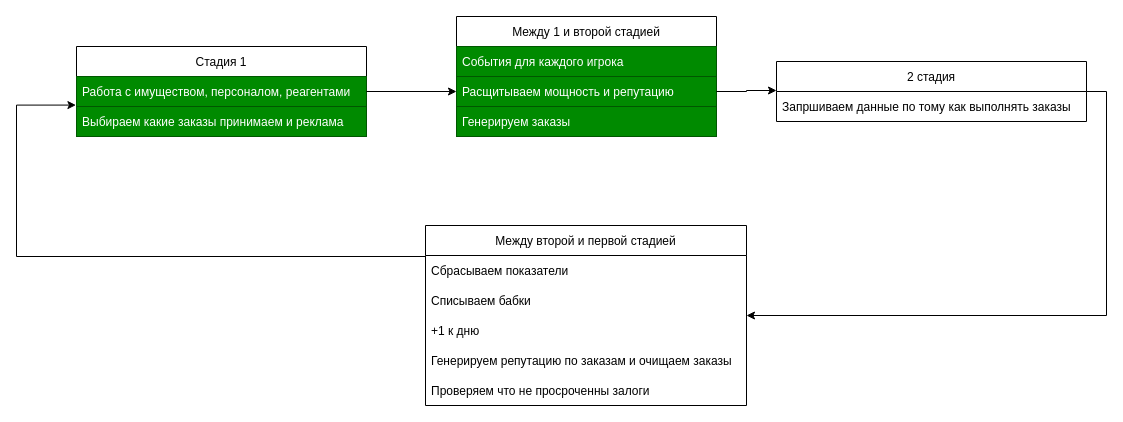
This is page "Page-7" (7 of 8) of dev/classes.drawio from korshunovamm/InnPrac, a draw.io file, before an edit. Source tidied: cells renumbered, new cells numbered last; positions are measured from the earlier drawing's top-left corner, leaving out a move shared by most shapes. Both pictures are drawn from the tidied source at 100%, with x=0, y=0 at pixel (16, 16).
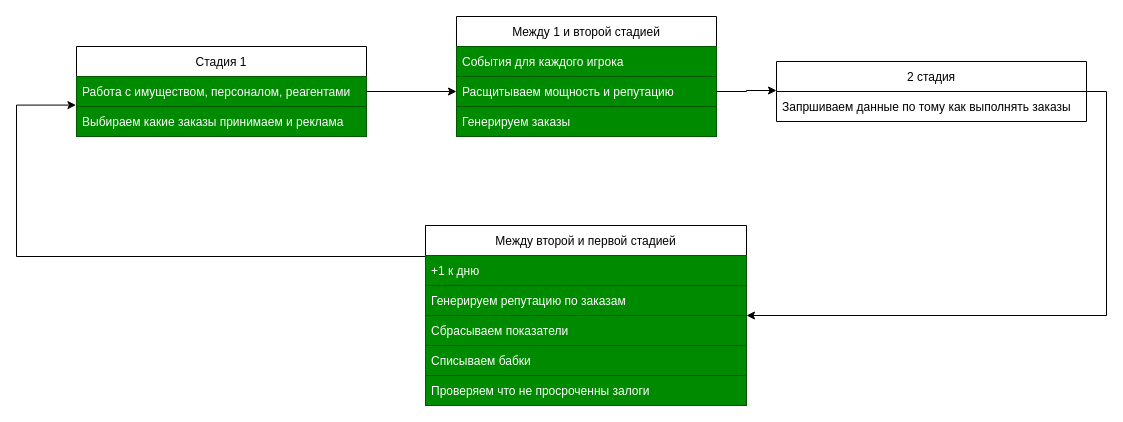
The same page after the edit.

The change refers to these unchanged cells:
```xml
<mxCell id="15" value="Между второй и первой стадией" style="swimlane;fontStyle=0;horizontal=1;startSize=30;fillColor=none;" parent="1" vertex="1">
  <mxGeometry x="409" y="209" width="321" height="180" as="geometry" />
</mxCell>
```

Change to the diagram source:
```diff
@@
+    <mxCell id="18" value="+1 к дню" style="text;strokeColor=#005700;fillColor=#008a00;align=left;verticalAlign=middle;spacingLeft=4;spacingRight=4;overflow=hidden;fontColor=#ffffff;" parent="15" vertex="1">
+      <mxGeometry y="30" width="321" height="30" as="geometry" />
+    </mxCell>
+    <mxCell id="19" value="Генерируем репутацию по заказам" style="text;strokeColor=#005700;fillColor=#008a00;align=left;verticalAlign=middle;spacingLeft=4;spacingRight=4;overflow=hidden;fontColor=#ffffff;" parent="15" vertex="1">
+      <mxGeometry y="60" width="321" height="30" as="geometry" />
+    </mxCell>
-    <mxCell id="16" value="Сбрасываем показатели" style="text;strokeColor=none;fillColor=none;align=left;verticalAlign=middle;spacingLeft=4;spacingRight=4;overflow=hidden;" parent="15" vertex="1">
-      <mxGeometry y="30" width="321" height="30" as="geometry" />
+    <mxCell id="16" value="Сбрасываем показатели" style="text;strokeColor=#005700;fillColor=#008a00;align=left;verticalAlign=middle;spacingLeft=4;spacingRight=4;overflow=hidden;fontColor=#ffffff;" parent="15" vertex="1">
+      <mxGeometry y="90" width="321" height="30" as="geometry" />
     </mxCell>
-    <mxCell id="17" value="Cписываем бабки" style="text;strokeColor=none;fillColor=none;align=left;verticalAlign=middle;spacingLeft=4;spacingRight=4;overflow=hidden;" parent="15" vertex="1">
-      <mxGeometry y="60" width="321" height="30" as="geometry" />
+    <mxCell id="17" value="Cписываем бабки" style="text;strokeColor=#005700;fillColor=#008a00;align=left;verticalAlign=middle;spacingLeft=4;spacingRight=4;overflow=hidden;fontColor=#ffffff;" parent="15" vertex="1">
+      <mxGeometry y="120" width="321" height="30" as="geometry" />
     </mxCell>
-    <mxCell id="18" value="+1 к дню" style="text;strokeColor=none;fillColor=none;align=left;verticalAlign=middle;spacingLeft=4;spacingRight=4;overflow=hidden;" parent="15" vertex="1">
-      <mxGeometry y="90" width="321" height="30" as="geometry" />
-    </mxCell>
-    <mxCell id="19" value="Генерируем репутацию по заказам и очищаем заказы" style="text;strokeColor=none;fillColor=none;align=left;verticalAlign=middle;spacingLeft=4;spacingRight=4;overflow=hidden;" parent="15" vertex="1">
-      <mxGeometry y="120" width="321" height="30" as="geometry" />
-    </mxCell>
-    <mxCell id="20" value="Проверяем что не просроченны залоги" style="text;strokeColor=none;fillColor=none;align=left;verticalAlign=middle;spacingLeft=4;spacingRight=4;overflow=hidden;" parent="15" vertex="1">
+    <mxCell id="20" value="Проверяем что не просроченны залоги" style="text;strokeColor=#005700;fillColor=#008a00;align=left;verticalAlign=middle;spacingLeft=4;spacingRight=4;overflow=hidden;fontColor=#ffffff;" parent="15" vertex="1">
       <mxGeometry y="150" width="321" height="30" as="geometry" />
     </mxCell>
```
